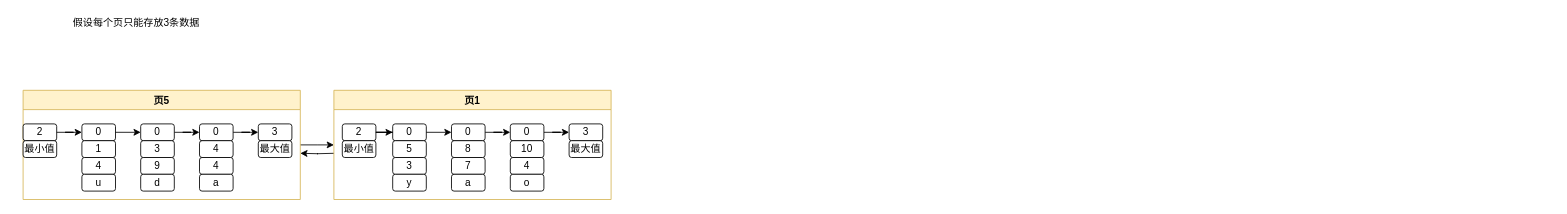
This is pagerelation.drawio from wqfgithub/drawio, a draw.io file, before an edit. Source tidied: cells renumbered, new cells numbered last; positions are measured from the earlier drawing's top-left corner, leaving out a move shared by most shapes. Both pictures are drawn from the tidied source at 84%, with x=0, y=0 at pixel (14, 14).
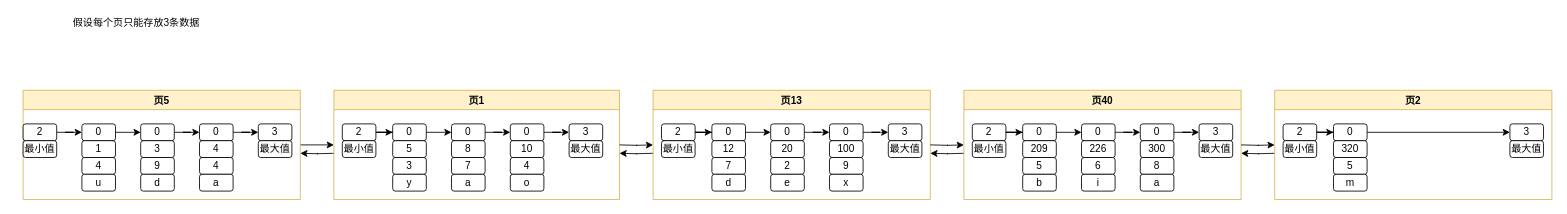
The same page after the edit.

Change to the diagram source:
```diff
@@
     <mxCell id="26" value="页1" style="swimlane;fillColor=#fff2cc;strokeColor=#d6b656;" parent="1" vertex="1">
-      <mxGeometry x="380" y="90" width="330" height="130" as="geometry" />
+      <mxGeometry x="380" y="90" width="340" height="130" as="geometry" />
     </mxCell>
@@
+    <mxCell id="47" style="edgeStyle=orthogonalEdgeStyle;rounded=0;orthogonalLoop=1;jettySize=auto;html=1;" parent="1" edge="1">
+      <mxGeometry relative="1" as="geometry">
+        <mxPoint x="720" y="155" as="sourcePoint" />
+        <mxPoint x="760" y="155" as="targetPoint" />
+      </mxGeometry>
+    </mxCell>
+    <mxCell id="48" style="edgeStyle=orthogonalEdgeStyle;rounded=0;orthogonalLoop=1;jettySize=auto;html=1;" parent="1" edge="1">
+      <mxGeometry relative="1" as="geometry">
+        <mxPoint x="760" y="165" as="sourcePoint" />
+        <mxPoint x="720" y="165" as="targetPoint" />
+      </mxGeometry>
+    </mxCell>
+    <mxCell id="49" value="页13" style="swimlane;fillColor=#fff2cc;strokeColor=#d6b656;" parent="1" vertex="1">
+      <mxGeometry x="760" y="90" width="330" height="130" as="geometry" />
+    </mxCell>
+    <mxCell id="50" value="0" style="rounded=1;whiteSpace=wrap;html=1;" parent="49" vertex="1">
+      <mxGeometry x="70" y="40" width="40" height="20" as="geometry" />
+    </mxCell>
+    <mxCell id="51" value="7" style="rounded=1;whiteSpace=wrap;html=1;" parent="49" vertex="1">
+      <mxGeometry x="70" y="80" width="40" height="20" as="geometry" />
+    </mxCell>
+    <mxCell id="52" value="d" style="rounded=1;whiteSpace=wrap;html=1;" parent="49" vertex="1">
+      <mxGeometry x="70" y="100" width="40" height="20" as="geometry" />
+    </mxCell>
+    <mxCell id="53" style="edgeStyle=orthogonalEdgeStyle;rounded=0;jettySize=auto;html=1;" parent="49" edge="1" source="54" target="58">
+      <mxGeometry relative="1" as="geometry" />
+    </mxCell>
+    <mxCell id="54" value="0" style="rounded=1;whiteSpace=wrap;html=1;" parent="49" vertex="1">
+      <mxGeometry x="210" y="40" width="40" height="20" as="geometry" />
+    </mxCell>
+    <mxCell id="55" value="9" style="rounded=1;whiteSpace=wrap;html=1;" parent="49" vertex="1">
+      <mxGeometry x="210" y="80" width="40" height="20" as="geometry" />
+    </mxCell>
+    <mxCell id="56" value="x" style="rounded=1;whiteSpace=wrap;html=1;" parent="49" vertex="1">
+      <mxGeometry x="210" y="100" width="40" height="20" as="geometry" />
+    </mxCell>
+    <mxCell id="57" value="100" style="rounded=1;whiteSpace=wrap;html=1;" parent="49" vertex="1">
+      <mxGeometry x="210" y="60" width="40" height="20" as="geometry" />
+    </mxCell>
+    <mxCell id="58" value="3" style="rounded=1;whiteSpace=wrap;html=1;" parent="49" vertex="1">
+      <mxGeometry x="280" y="40" width="40" height="20" as="geometry" />
+    </mxCell>
+    <mxCell id="59" value="2" style="rounded=1;whiteSpace=wrap;html=1;" parent="49" vertex="1">
+      <mxGeometry x="10" y="40" width="40" height="20" as="geometry" />
+    </mxCell>
+    <mxCell id="60" style="edgeStyle=orthogonalEdgeStyle;rounded=0;jettySize=auto;html=1;entryX=0;entryY=0.5;entryDx=0;entryDy=0;" parent="49" edge="1" source="59" target="50">
+      <mxGeometry relative="1" as="geometry" />
+    </mxCell>
+    <mxCell id="61" value="最小值" style="rounded=1;whiteSpace=wrap;html=1;" parent="49" vertex="1">
+      <mxGeometry x="10" y="60" width="40" height="20" as="geometry" />
+    </mxCell>
+    <mxCell id="62" value="最大值" style="rounded=1;whiteSpace=wrap;html=1;" parent="49" vertex="1">
+      <mxGeometry x="280" y="60" width="40" height="20" as="geometry" />
+    </mxCell>
+    <mxCell id="63" value="12" style="rounded=1;whiteSpace=wrap;html=1;" parent="1" vertex="1">
+      <mxGeometry x="830" y="150" width="40" height="20" as="geometry" />
+    </mxCell>
+    <mxCell id="64" style="edgeStyle=orthogonalEdgeStyle;rounded=0;jettySize=auto;html=1;entryX=0;entryY=0.5;entryDx=0;entryDy=0;" parent="1" edge="1" source="65" target="54">
+      <mxGeometry relative="1" as="geometry" />
+    </mxCell>
+    <mxCell id="65" value="0" style="rounded=1;whiteSpace=wrap;html=1;" parent="1" vertex="1">
+      <mxGeometry x="900" y="130" width="40" height="20" as="geometry" />
+    </mxCell>
+    <mxCell id="66" value="2" style="rounded=1;whiteSpace=wrap;html=1;" parent="1" vertex="1">
+      <mxGeometry x="900" y="170" width="40" height="20" as="geometry" />
+    </mxCell>
+    <mxCell id="67" value="e" style="rounded=1;whiteSpace=wrap;html=1;" parent="1" vertex="1">
+      <mxGeometry x="900" y="190" width="40" height="20" as="geometry" />
+    </mxCell>
+    <mxCell id="68" value="20" style="rounded=1;whiteSpace=wrap;html=1;" parent="1" vertex="1">
+      <mxGeometry x="900" y="150" width="40" height="20" as="geometry" />
+    </mxCell>
+    <mxCell id="69" style="edgeStyle=orthogonalEdgeStyle;rounded=0;jettySize=auto;html=1;" parent="1" edge="1" source="50">
+      <mxGeometry relative="1" as="geometry">
+        <mxPoint x="900" y="140" as="targetPoint" />
+        <Array as="points">
+          <mxPoint x="900" y="140" />
+        </Array>
+      </mxGeometry>
+    </mxCell>
+    <mxCell id="70" style="edgeStyle=orthogonalEdgeStyle;rounded=0;orthogonalLoop=1;jettySize=auto;html=1;" parent="1" edge="1">
+      <mxGeometry relative="1" as="geometry">
+        <mxPoint x="1090" y="155" as="sourcePoint" />
+        <mxPoint x="1130" y="155" as="targetPoint" />
+      </mxGeometry>
+    </mxCell>
+    <mxCell id="71" style="edgeStyle=orthogonalEdgeStyle;rounded=0;orthogonalLoop=1;jettySize=auto;html=1;" parent="1" edge="1">
+      <mxGeometry relative="1" as="geometry">
+        <mxPoint x="1130" y="165" as="sourcePoint" />
+        <mxPoint x="1090" y="165" as="targetPoint" />
+      </mxGeometry>
+    </mxCell>
+    <mxCell id="72" value="页40" style="swimlane;fillColor=#fff2cc;strokeColor=#d6b656;" parent="1" vertex="1">
+      <mxGeometry x="1130" y="90" width="330" height="130" as="geometry" />
+    </mxCell>
+    <mxCell id="73" value="0" style="rounded=1;whiteSpace=wrap;html=1;" parent="72" vertex="1">
+      <mxGeometry x="70" y="40" width="40" height="20" as="geometry" />
+    </mxCell>
+    <mxCell id="74" value="5" style="rounded=1;whiteSpace=wrap;html=1;" parent="72" vertex="1">
+      <mxGeometry x="70" y="80" width="40" height="20" as="geometry" />
+    </mxCell>
+    <mxCell id="75" value="b" style="rounded=1;whiteSpace=wrap;html=1;" parent="72" vertex="1">
+      <mxGeometry x="70" y="100" width="40" height="20" as="geometry" />
+    </mxCell>
+    <mxCell id="76" style="edgeStyle=orthogonalEdgeStyle;rounded=0;jettySize=auto;html=1;" parent="72" edge="1" source="77" target="81">
+      <mxGeometry relative="1" as="geometry" />
+    </mxCell>
+    <mxCell id="77" value="0" style="rounded=1;whiteSpace=wrap;html=1;" parent="72" vertex="1">
+      <mxGeometry x="210" y="40" width="40" height="20" as="geometry" />
+    </mxCell>
+    <mxCell id="78" value="8" style="rounded=1;whiteSpace=wrap;html=1;" parent="72" vertex="1">
+      <mxGeometry x="210" y="80" width="40" height="20" as="geometry" />
+    </mxCell>
+    <mxCell id="79" value="a" style="rounded=1;whiteSpace=wrap;html=1;" parent="72" vertex="1">
+      <mxGeometry x="210" y="100" width="40" height="20" as="geometry" />
+    </mxCell>
+    <mxCell id="80" value="300" style="rounded=1;whiteSpace=wrap;html=1;" parent="72" vertex="1">
+      <mxGeometry x="210" y="60" width="40" height="20" as="geometry" />
+    </mxCell>
+    <mxCell id="81" value="3" style="rounded=1;whiteSpace=wrap;html=1;" parent="72" vertex="1">
+      <mxGeometry x="280" y="40" width="40" height="20" as="geometry" />
+    </mxCell>
+    <mxCell id="82" value="2" style="rounded=1;whiteSpace=wrap;html=1;" parent="72" vertex="1">
+      <mxGeometry x="10" y="40" width="40" height="20" as="geometry" />
+    </mxCell>
+    <mxCell id="83" style="edgeStyle=orthogonalEdgeStyle;rounded=0;jettySize=auto;html=1;entryX=0;entryY=0.5;entryDx=0;entryDy=0;" parent="72" edge="1" source="82" target="73">
+      <mxGeometry relative="1" as="geometry" />
+    </mxCell>
+    <mxCell id="84" value="最小值" style="rounded=1;whiteSpace=wrap;html=1;" parent="72" vertex="1">
+      <mxGeometry x="10" y="60" width="40" height="20" as="geometry" />
+    </mxCell>
+    <mxCell id="85" value="最大值" style="rounded=1;whiteSpace=wrap;html=1;" parent="72" vertex="1">
+      <mxGeometry x="280" y="60" width="40" height="20" as="geometry" />
+    </mxCell>
+    <mxCell id="86" value="209" style="rounded=1;whiteSpace=wrap;html=1;" parent="1" vertex="1">
+      <mxGeometry x="1200" y="150" width="40" height="20" as="geometry" />
+    </mxCell>
+    <mxCell id="87" style="edgeStyle=orthogonalEdgeStyle;rounded=0;jettySize=auto;html=1;entryX=0;entryY=0.5;entryDx=0;entryDy=0;" parent="1" edge="1" source="88" target="77">
+      <mxGeometry relative="1" as="geometry" />
+    </mxCell>
+    <mxCell id="88" value="0" style="rounded=1;whiteSpace=wrap;html=1;" parent="1" vertex="1">
+      <mxGeometry x="1270" y="130" width="40" height="20" as="geometry" />
+    </mxCell>
+    <mxCell id="89" value="6" style="rounded=1;whiteSpace=wrap;html=1;" parent="1" vertex="1">
+      <mxGeometry x="1270" y="170" width="40" height="20" as="geometry" />
+    </mxCell>
+    <mxCell id="90" value="i" style="rounded=1;whiteSpace=wrap;html=1;" parent="1" vertex="1">
+      <mxGeometry x="1270" y="190" width="40" height="20" as="geometry" />
+    </mxCell>
+    <mxCell id="91" value="226" style="rounded=1;whiteSpace=wrap;html=1;" parent="1" vertex="1">
+      <mxGeometry x="1270" y="150" width="40" height="20" as="geometry" />
+    </mxCell>
+    <mxCell id="92" style="edgeStyle=orthogonalEdgeStyle;rounded=0;jettySize=auto;html=1;" parent="1" edge="1" source="73">
+      <mxGeometry relative="1" as="geometry">
+        <mxPoint x="1270" y="140" as="targetPoint" />
+        <Array as="points">
+          <mxPoint x="1270" y="140" />
+        </Array>
+      </mxGeometry>
+    </mxCell>
+    <mxCell id="93" style="edgeStyle=orthogonalEdgeStyle;rounded=0;orthogonalLoop=1;jettySize=auto;html=1;" parent="1" edge="1">
+      <mxGeometry relative="1" as="geometry">
+        <mxPoint x="1460" y="155" as="sourcePoint" />
+        <mxPoint x="1500" y="155" as="targetPoint" />
+      </mxGeometry>
+    </mxCell>
+    <mxCell id="94" style="edgeStyle=orthogonalEdgeStyle;rounded=0;orthogonalLoop=1;jettySize=auto;html=1;" parent="1" edge="1">
+      <mxGeometry relative="1" as="geometry">
+        <mxPoint x="1500" y="165" as="sourcePoint" />
+        <mxPoint x="1460" y="165" as="targetPoint" />
+      </mxGeometry>
+    </mxCell>
+    <mxCell id="95" value="页2" style="swimlane;fillColor=#fff2cc;strokeColor=#d6b656;startSize=23;" parent="1" vertex="1">
+      <mxGeometry x="1500" y="90" width="330" height="130" as="geometry" />
+    </mxCell>
+    <mxCell id="96" value="0" style="rounded=1;whiteSpace=wrap;html=1;" parent="95" vertex="1">
+      <mxGeometry x="70" y="40" width="40" height="20" as="geometry" />
+    </mxCell>
+    <mxCell id="97" value="5" style="rounded=1;whiteSpace=wrap;html=1;" parent="95" vertex="1">
+      <mxGeometry x="70" y="80" width="40" height="20" as="geometry" />
+    </mxCell>
+    <mxCell id="98" value="m" style="rounded=1;whiteSpace=wrap;html=1;" parent="95" vertex="1">
+      <mxGeometry x="70" y="100" width="40" height="20" as="geometry" />
+    </mxCell>
+    <mxCell id="99" value="3" style="rounded=1;whiteSpace=wrap;html=1;" parent="95" vertex="1">
+      <mxGeometry x="280" y="40" width="40" height="20" as="geometry" />
+    </mxCell>
+    <mxCell id="100" value="2" style="rounded=1;whiteSpace=wrap;html=1;" parent="95" vertex="1">
+      <mxGeometry x="10" y="40" width="40" height="20" as="geometry" />
+    </mxCell>
+    <mxCell id="101" style="edgeStyle=orthogonalEdgeStyle;rounded=0;jettySize=auto;html=1;entryX=0;entryY=0.5;entryDx=0;entryDy=0;" parent="95" edge="1" source="100" target="96">
+      <mxGeometry relative="1" as="geometry" />
+    </mxCell>
+    <mxCell id="102" value="最小值" style="rounded=1;whiteSpace=wrap;html=1;" parent="95" vertex="1">
+      <mxGeometry x="10" y="60" width="40" height="20" as="geometry" />
+    </mxCell>
+    <mxCell id="103" value="最大值" style="rounded=1;whiteSpace=wrap;html=1;" parent="95" vertex="1">
+      <mxGeometry x="280" y="60" width="40" height="20" as="geometry" />
+    </mxCell>
+    <mxCell id="104" style="edgeStyle=orthogonalEdgeStyle;rounded=0;jettySize=auto;html=1;entryX=0;entryY=0.5;entryDx=0;entryDy=0;" parent="95" edge="1" source="96" target="99">
+      <mxGeometry relative="1" as="geometry" />
+    </mxCell>
+    <mxCell id="105" value="320" style="rounded=1;whiteSpace=wrap;html=1;" parent="1" vertex="1">
+      <mxGeometry x="1570" y="150" width="40" height="20" as="geometry" />
+    </mxCell>
```
